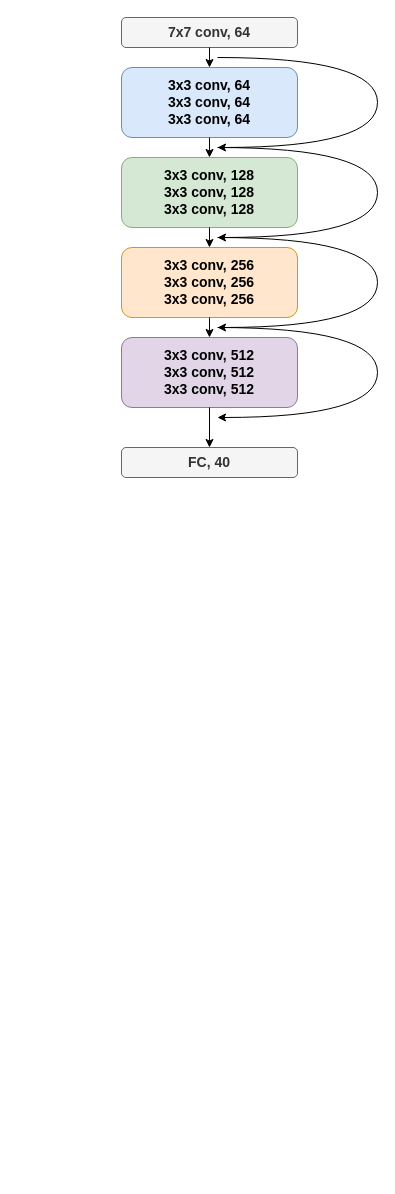
Before: documents/Untitled Diagram.drawio in LeanderHeuvel/mbag-REDI, a draw.io diagram. Source tidied: cells renumbered, new cells numbered last; positions are measured from the earlier drawing's top-left corner, leaving out a move shared by most shapes. Both pictures are drawn from the tidied source at 100%, with x=0, y=0 at pixel (121, 17).
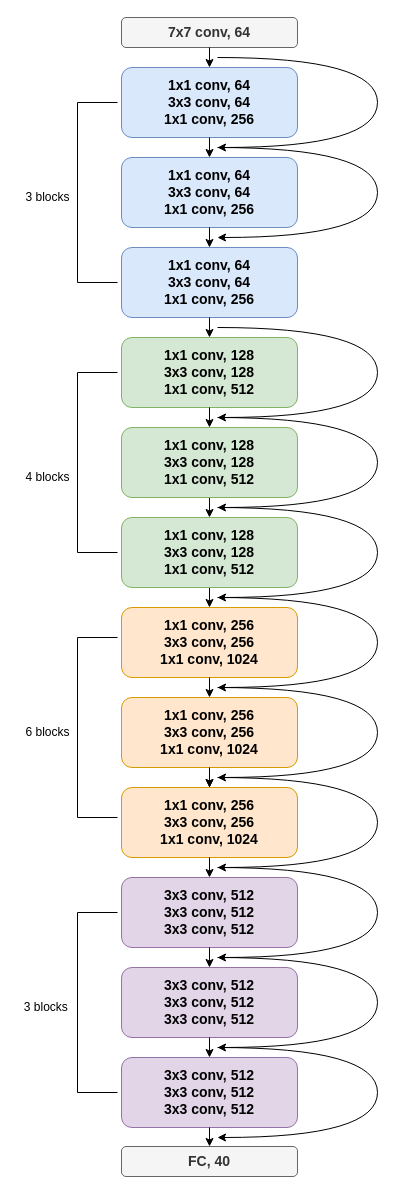
Above is the later version.

Change to the diagram source:
```diff
@@
-    <mxCell id="2" value="&lt;b style=&quot;font-size: 14px;&quot;&gt;3x3 conv, 128&lt;br&gt;&lt;/b&gt;&lt;b style=&quot;font-size: 14px;&quot;&gt;3x3 conv, 128&lt;br&gt;&lt;/b&gt;&lt;b style=&quot;font-size: 14px;&quot;&gt;3x3 conv, 128&lt;/b&gt;&lt;b style=&quot;font-size: 14px;&quot;&gt;&lt;br&gt;&lt;/b&gt;" style="whiteSpace=wrap;html=1;fillColor=#d5e8d4;strokeColor=#82b366;imageAspect=1;rounded=1;" parent="1" vertex="1">
-      <mxGeometry y="140" width="176" height="70" as="geometry" />
+    <mxCell id="2" value="&lt;b style=&quot;font-size: 14px;&quot;&gt;1x1 conv, 128&lt;br&gt;&lt;/b&gt;&lt;b style=&quot;font-size: 14px;&quot;&gt;3x3 conv, 128&lt;br&gt;&lt;/b&gt;&lt;b style=&quot;font-size: 14px;&quot;&gt;1x1 conv, 512&lt;/b&gt;&lt;b style=&quot;font-size: 14px;&quot;&gt;&lt;br&gt;&lt;/b&gt;" style="whiteSpace=wrap;html=1;fillColor=#d5e8d4;strokeColor=#82b366;imageAspect=1;rounded=1;" parent="1" vertex="1">
+      <mxGeometry y="320" width="176" height="70" as="geometry" />
     </mxCell>
-    <mxCell id="3" value="&lt;b style=&quot;font-size: 14px;&quot;&gt;3x3 conv, 256&lt;br&gt;&lt;/b&gt;&lt;b style=&quot;font-size: 14px;&quot;&gt;3x3 conv, 256&lt;br&gt;&lt;/b&gt;&lt;b style=&quot;font-size: 14px;&quot;&gt;3x3 conv, 256&lt;/b&gt;&lt;b style=&quot;font-size: 14px;&quot;&gt;&lt;br&gt;&lt;/b&gt;" style="whiteSpace=wrap;html=1;fillColor=#ffe6cc;strokeColor=#d79b00;imageAspect=1;rounded=1;" parent="1" vertex="1">
-      <mxGeometry y="230" width="176" height="70" as="geometry" />
+    <mxCell id="3" value="&lt;b style=&quot;font-size: 14px;&quot;&gt;1x1 conv, 256&lt;br&gt;&lt;/b&gt;&lt;b style=&quot;font-size: 14px;&quot;&gt;3x3 conv, 256&lt;br&gt;&lt;/b&gt;&lt;b style=&quot;font-size: 14px;&quot;&gt;1x1 conv, 1024&lt;/b&gt;&lt;b style=&quot;font-size: 14px;&quot;&gt;&lt;br&gt;&lt;/b&gt;" style="whiteSpace=wrap;html=1;fillColor=#ffe6cc;strokeColor=#d79b00;imageAspect=1;rounded=1;" parent="1" vertex="1">
+      <mxGeometry y="590" width="176" height="70" as="geometry" />
     </mxCell>
     <mxCell id="4" value="&lt;b style=&quot;font-size: 14px;&quot;&gt;3x3 conv, 512&lt;br&gt;&lt;/b&gt;&lt;b style=&quot;font-size: 14px;&quot;&gt;3x3 conv, 512&lt;br&gt;&lt;/b&gt;&lt;b style=&quot;font-size: 14px;&quot;&gt;3x3 conv, 512&lt;/b&gt;&lt;b style=&quot;font-size: 14px;&quot;&gt;&lt;br&gt;&lt;/b&gt;" style="whiteSpace=wrap;html=1;fillColor=#e1d5e7;strokeColor=#9673a6;imageAspect=1;rounded=1;" parent="1" vertex="1">
-      <mxGeometry y="320" width="176" height="70" as="geometry" />
+      <mxGeometry y="860" width="176" height="70" as="geometry" />
     </mxCell>
-    <mxCell id="5" value="&lt;font style=&quot;font-size: 14px;&quot;&gt;&lt;b&gt;3x3 conv, 64&lt;br&gt;&lt;/b&gt;&lt;b&gt;3x3 conv, 64&lt;br&gt;&lt;/b&gt;&lt;b&gt;3x3 conv, 64&lt;/b&gt;&lt;b&gt;&lt;br&gt;&lt;/b&gt;&lt;/font&gt;" style="whiteSpace=wrap;html=1;fillColor=#dae8fc;strokeColor=#6c8ebf;imageAspect=1;rounded=1;" parent="1" vertex="1">
+    <mxCell id="5" value="&lt;font style=&quot;font-size: 14px;&quot;&gt;&lt;b&gt;1x1 conv, 64&lt;br&gt;&lt;/b&gt;&lt;b&gt;3x3 conv, 64&lt;br&gt;&lt;/b&gt;&lt;b&gt;1x1 conv, 256&lt;/b&gt;&lt;b&gt;&lt;br&gt;&lt;/b&gt;&lt;/font&gt;" style="whiteSpace=wrap;html=1;fillColor=#dae8fc;strokeColor=#6c8ebf;imageAspect=1;rounded=1;" parent="1" vertex="1">
       <mxGeometry y="50" width="176" height="70" as="geometry" />
     </mxCell>
@@
-    <mxCell id="8" style="endArrow=classic;html=1;rounded=0;fontSize=14;entryX=0.5;entryY=0;entryDx=0;entryDy=0;" parent="1" edge="1" target="2">
-      <mxGeometry relative="1" as="geometry">
-        <mxPoint x="88" y="120" as="sourcePoint" />
-      </mxGeometry>
-    </mxCell>
-    <mxCell id="9" style="endArrow=classic;html=1;rounded=0;fontSize=14;exitX=0.5;exitY=1;exitDx=0;exitDy=0;entryX=0.5;entryY=0;entryDx=0;entryDy=0;" parent="1" edge="1" source="2" target="3">
-      <mxGeometry relative="1" as="geometry" />
+    <mxCell id="9" style="endArrow=classic;html=1;rounded=0;fontSize=14;exitX=0.5;exitY=1;exitDx=0;exitDy=0;" parent="1" edge="1" source="2">
+      <mxGeometry relative="1" as="geometry">
+        <mxPoint x="88" y="410" as="targetPoint" />
+      </mxGeometry>
     </mxCell>
-    <mxCell id="10" style="endArrow=classic;html=1;rounded=0;fontSize=14;entryX=0.5;entryY=0;entryDx=0;entryDy=0;" parent="1" edge="1" target="4">
-      <mxGeometry relative="1" as="geometry">
-        <mxPoint x="88" y="300" as="sourcePoint" />
-      </mxGeometry>
-    </mxCell>
-    <mxCell id="11" style="endArrow=classic;html=1;rounded=0;fontSize=14;" parent="1" edge="1" source="4">
-      <mxGeometry relative="1" as="geometry">
-        <mxPoint x="88" y="430" as="targetPoint" />
-      </mxGeometry>
-    </mxCell>
     <mxCell id="12" value="&lt;b&gt;&lt;font style=&quot;font-size: 14px;&quot;&gt;FC, 40&lt;/font&gt;&lt;/b&gt;" style="whiteSpace=wrap;html=1;fillColor=#f5f5f5;strokeColor=#666666;imageAspect=1;rounded=1;fontColor=#333333;" parent="1" vertex="1">
-      <mxGeometry y="430" width="176" height="30" as="geometry" />
+      <mxGeometry y="1129" width="176" height="30" as="geometry" />
     </mxCell>
     <mxCell id="13" style="curved=1;endArrow=classic;html=1;rounded=0;fontSize=14;" parent="1" edge="1">
       <mxGeometry relative="1" as="geometry">
-        <mxPoint x="96" y="310" as="sourcePoint" />
-        <mxPoint x="96" y="400" as="targetPoint" />
+        <mxPoint x="96" y="670" as="sourcePoint" />
+        <mxPoint x="96" y="760" as="targetPoint" />
         <Array as="points">
-          <mxPoint x="256" y="310" />
-          <mxPoint x="256" y="400" />
+          <mxPoint x="256" y="670" />
+          <mxPoint x="256" y="760" />
         </Array>
       </mxGeometry>
     </mxCell>
     <mxCell id="14" style="curved=1;endArrow=classic;html=1;rounded=0;fontSize=14;" parent="1" edge="1">
       <mxGeometry relative="1" as="geometry">
-        <mxPoint x="96" y="220" as="sourcePoint" />
-        <mxPoint x="96" y="310" as="targetPoint" />
+        <mxPoint x="96" y="580" as="sourcePoint" />
+        <mxPoint x="96" y="670" as="targetPoint" />
         <Array as="points">
-          <mxPoint x="256" y="220" />
-          <mxPoint x="256" y="310" />
+          <mxPoint x="256" y="580" />
+          <mxPoint x="256" y="670" />
         </Array>
       </mxGeometry>
     </mxCell>
@@
+    <mxCell id="17" style="endArrow=classic;html=1;rounded=0;fontSize=14;exitX=0.5;exitY=1;exitDx=0;exitDy=0;" parent="1" edge="1" source="5">
+      <mxGeometry relative="1" as="geometry">
+        <mxPoint x="88" y="140" as="targetPoint" />
+      </mxGeometry>
+    </mxCell>
+    <mxCell id="18" value="&lt;font style=&quot;font-size: 14px;&quot;&gt;&lt;b&gt;1x1 conv, 64&lt;br&gt;&lt;/b&gt;&lt;b&gt;3x3 conv, 64&lt;br&gt;&lt;/b&gt;&lt;b&gt;1x1 conv, 256&lt;/b&gt;&lt;b&gt;&lt;br&gt;&lt;/b&gt;&lt;/font&gt;" style="whiteSpace=wrap;html=1;fillColor=#dae8fc;strokeColor=#6c8ebf;imageAspect=1;rounded=1;" parent="1" vertex="1">
+      <mxGeometry y="140" width="176" height="70" as="geometry" />
+    </mxCell>
+    <mxCell id="19" value="&lt;font style=&quot;font-size: 14px;&quot;&gt;&lt;b&gt;1x1 conv, 64&lt;br&gt;&lt;/b&gt;&lt;b&gt;3x3 conv, 64&lt;br&gt;&lt;/b&gt;&lt;b&gt;1x1 conv, 256&lt;/b&gt;&lt;b&gt;&lt;br&gt;&lt;/b&gt;&lt;/font&gt;" style="whiteSpace=wrap;html=1;fillColor=#dae8fc;strokeColor=#6c8ebf;imageAspect=1;rounded=1;" parent="1" vertex="1">
+      <mxGeometry y="230" width="176" height="70" as="geometry" />
+    </mxCell>
+    <mxCell id="20" style="endArrow=classic;html=1;rounded=0;fontSize=14;entryX=0.5;entryY=0;entryDx=0;entryDy=0;" parent="1" edge="1" target="19">
+      <mxGeometry relative="1" as="geometry">
+        <mxPoint x="88" y="210" as="sourcePoint" />
+      </mxGeometry>
+    </mxCell>
+    <mxCell id="21" style="endArrow=classic;html=1;rounded=0;fontSize=14;exitX=0.5;exitY=1;exitDx=0;exitDy=0;" parent="1" edge="1" source="19">
+      <mxGeometry relative="1" as="geometry">
+        <mxPoint x="88" y="320" as="targetPoint" />
+      </mxGeometry>
+    </mxCell>
+    <mxCell id="22" style="curved=1;endArrow=classic;html=1;rounded=0;fontSize=14;" parent="1" edge="1">
+      <mxGeometry relative="1" as="geometry">
+        <mxPoint x="96" y="310" as="sourcePoint" />
+        <mxPoint x="96" y="400" as="targetPoint" />
+        <Array as="points">
+          <mxPoint x="256" y="310" />
+          <mxPoint x="256" y="400" />
+        </Array>
+      </mxGeometry>
+    </mxCell>
+    <mxCell id="23" style="endArrow=classic;html=1;rounded=0;fontSize=14;exitX=0.5;exitY=1;exitDx=0;exitDy=0;entryX=0.5;entryY=0;entryDx=0;entryDy=0;" parent="1" edge="1">
+      <mxGeometry relative="1" as="geometry">
+        <mxPoint x="88" y="480" as="sourcePoint" />
+        <mxPoint x="88" y="500" as="targetPoint" />
+      </mxGeometry>
+    </mxCell>
+    <mxCell id="24" style="curved=1;endArrow=classic;html=1;rounded=0;fontSize=14;" parent="1" edge="1">
+      <mxGeometry relative="1" as="geometry">
+        <mxPoint x="96" y="400" as="sourcePoint" />
+        <mxPoint x="96" y="490" as="targetPoint" />
+        <Array as="points">
+          <mxPoint x="256" y="400" />
+          <mxPoint x="256" y="490" />
+        </Array>
+      </mxGeometry>
+    </mxCell>
+    <mxCell id="25" style="curved=1;endArrow=classic;html=1;rounded=0;fontSize=14;" parent="1" edge="1">
+      <mxGeometry relative="1" as="geometry">
+        <mxPoint x="96" y="490" as="sourcePoint" />
+        <mxPoint x="96" y="580" as="targetPoint" />
+        <Array as="points">
+          <mxPoint x="256" y="490" />
+          <mxPoint x="256" y="580" />
+        </Array>
+      </mxGeometry>
+    </mxCell>
+    <mxCell id="26" style="endArrow=classic;html=1;rounded=0;fontSize=14;exitX=0.5;exitY=1;exitDx=0;exitDy=0;" parent="1" edge="1">
+      <mxGeometry relative="1" as="geometry">
+        <mxPoint x="88" y="570" as="sourcePoint" />
+        <mxPoint x="88" y="590" as="targetPoint" />
+      </mxGeometry>
+    </mxCell>
+    <mxCell id="27" value="&lt;b style=&quot;font-size: 14px;&quot;&gt;1x1 conv, 128&lt;br&gt;&lt;/b&gt;&lt;b style=&quot;font-size: 14px;&quot;&gt;3x3 conv, 128&lt;br&gt;&lt;/b&gt;&lt;b style=&quot;font-size: 14px;&quot;&gt;1x1 conv, 512&lt;/b&gt;&lt;b style=&quot;font-size: 14px;&quot;&gt;&lt;br&gt;&lt;/b&gt;" style="whiteSpace=wrap;html=1;fillColor=#d5e8d4;strokeColor=#82b366;imageAspect=1;rounded=1;" parent="1" vertex="1">
+      <mxGeometry y="410" width="176" height="70" as="geometry" />
+    </mxCell>
+    <mxCell id="28" value="&lt;b style=&quot;font-size: 14px;&quot;&gt;1x1 conv, 128&lt;br&gt;&lt;/b&gt;&lt;b style=&quot;font-size: 14px;&quot;&gt;3x3 conv, 128&lt;br&gt;&lt;/b&gt;&lt;b style=&quot;font-size: 14px;&quot;&gt;1x1 conv, 512&lt;/b&gt;&lt;b style=&quot;font-size: 14px;&quot;&gt;&lt;br&gt;&lt;/b&gt;" style="whiteSpace=wrap;html=1;fillColor=#d5e8d4;strokeColor=#82b366;imageAspect=1;rounded=1;" parent="1" vertex="1">
+      <mxGeometry y="500" width="176" height="70" as="geometry" />
+    </mxCell>
+    <mxCell id="29" style="edgeStyle=orthogonalEdgeStyle;rounded=0;jettySize=auto;html=1;" parent="1" edge="1" source="30" target="31">
+      <mxGeometry relative="1" as="geometry" />
+    </mxCell>
+    <mxCell id="30" value="&lt;b style=&quot;font-size: 14px;&quot;&gt;1x1 conv, 256&lt;br&gt;&lt;/b&gt;&lt;b style=&quot;font-size: 14px;&quot;&gt;3x3 conv, 256&lt;br&gt;&lt;/b&gt;&lt;b style=&quot;font-size: 14px;&quot;&gt;1x1 conv, 1024&lt;/b&gt;&lt;b style=&quot;font-size: 14px;&quot;&gt;&lt;br&gt;&lt;/b&gt;" style="whiteSpace=wrap;html=1;fillColor=#ffe6cc;strokeColor=#d79b00;imageAspect=1;rounded=1;" parent="1" vertex="1">
+      <mxGeometry y="680" width="176" height="70" as="geometry" />
+    </mxCell>
+    <mxCell id="31" value="&lt;b style=&quot;font-size: 14px;&quot;&gt;1x1 conv, 256&lt;br&gt;&lt;/b&gt;&lt;b style=&quot;font-size: 14px;&quot;&gt;3x3 conv, 256&lt;br&gt;&lt;/b&gt;&lt;b style=&quot;font-size: 14px;&quot;&gt;1x1 conv, 1024&lt;/b&gt;&lt;b style=&quot;font-size: 14px;&quot;&gt;&lt;br&gt;&lt;/b&gt;" style="whiteSpace=wrap;html=1;fillColor=#ffe6cc;strokeColor=#d79b00;imageAspect=1;rounded=1;" parent="1" vertex="1">
+      <mxGeometry y="770" width="176" height="70" as="geometry" />
+    </mxCell>
+    <mxCell id="32" style="curved=1;endArrow=classic;html=1;rounded=0;fontSize=14;" parent="1" edge="1">
+      <mxGeometry relative="1" as="geometry">
+        <mxPoint x="96" y="760" as="sourcePoint" />
+        <mxPoint x="96" y="850" as="targetPoint" />
+        <Array as="points">
+          <mxPoint x="256" y="760" />
+          <mxPoint x="256" y="850" />
+        </Array>
+      </mxGeometry>
+    </mxCell>
+    <mxCell id="33" style="endArrow=classic;html=1;rounded=0;fontSize=14;exitX=0.5;exitY=1;exitDx=0;exitDy=0;" parent="1" edge="1" source="3">
+      <mxGeometry relative="1" as="geometry">
+        <mxPoint x="88" y="680" as="targetPoint" />
+      </mxGeometry>
+    </mxCell>
+    <mxCell id="34" style="endArrow=classic;html=1;rounded=0;fontSize=14;entryX=0.5;entryY=0;entryDx=0;entryDy=0;" parent="1" edge="1" target="31">
+      <mxGeometry relative="1" as="geometry">
+        <mxPoint x="88" y="750" as="sourcePoint" />
+      </mxGeometry>
+    </mxCell>
+    <mxCell id="35" style="endArrow=classic;html=1;rounded=0;fontSize=14;exitX=0.5;exitY=1;exitDx=0;exitDy=0;" parent="1" edge="1" source="31">
+      <mxGeometry relative="1" as="geometry">
+        <mxPoint x="88" y="860" as="targetPoint" />
+      </mxGeometry>
+    </mxCell>
+    <mxCell id="36" value="&lt;b style=&quot;font-size: 14px;&quot;&gt;3x3 conv, 512&lt;br&gt;&lt;/b&gt;&lt;b style=&quot;font-size: 14px;&quot;&gt;3x3 conv, 512&lt;br&gt;&lt;/b&gt;&lt;b style=&quot;font-size: 14px;&quot;&gt;3x3 conv, 512&lt;/b&gt;&lt;b style=&quot;font-size: 14px;&quot;&gt;&lt;br&gt;&lt;/b&gt;" style="whiteSpace=wrap;html=1;fillColor=#e1d5e7;strokeColor=#9673a6;imageAspect=1;rounded=1;" parent="1" vertex="1">
+      <mxGeometry y="950" width="176" height="70" as="geometry" />
+    </mxCell>
+    <mxCell id="37" value="&lt;b style=&quot;font-size: 14px;&quot;&gt;3x3 conv, 512&lt;br&gt;&lt;/b&gt;&lt;b style=&quot;font-size: 14px;&quot;&gt;3x3 conv, 512&lt;br&gt;&lt;/b&gt;&lt;b style=&quot;font-size: 14px;&quot;&gt;3x3 conv, 512&lt;/b&gt;&lt;b style=&quot;font-size: 14px;&quot;&gt;&lt;br&gt;&lt;/b&gt;" style="whiteSpace=wrap;html=1;fillColor=#e1d5e7;strokeColor=#9673a6;imageAspect=1;rounded=1;" parent="1" vertex="1">
+      <mxGeometry y="1040" width="176" height="70" as="geometry" />
+    </mxCell>
+    <mxCell id="38" style="endArrow=classic;html=1;rounded=0;fontSize=14;exitX=0.5;exitY=1;exitDx=0;exitDy=0;" parent="1" edge="1" source="4" target="36">
+      <mxGeometry relative="1" as="geometry" />
+    </mxCell>
+    <mxCell id="39" style="endArrow=classic;html=1;rounded=0;fontSize=14;exitX=0.5;exitY=1;exitDx=0;exitDy=0;entryX=0.5;entryY=0;entryDx=0;entryDy=0;" parent="1" edge="1" source="36" target="37">
+      <mxGeometry relative="1" as="geometry" />
+    </mxCell>
+    <mxCell id="40" style="endArrow=classic;html=1;rounded=0;fontSize=14;entryX=0.5;entryY=0;entryDx=0;entryDy=0;" parent="1" edge="1" target="12">
+      <mxGeometry relative="1" as="geometry">
+        <mxPoint x="88" y="1110" as="sourcePoint" />
+      </mxGeometry>
+    </mxCell>
+    <mxCell id="41" style="curved=1;endArrow=classic;html=1;rounded=0;fontSize=14;" parent="1" edge="1">
+      <mxGeometry relative="1" as="geometry">
+        <mxPoint x="96" y="940" as="sourcePoint" />
+        <mxPoint x="96" y="1030" as="targetPoint" />
+        <Array as="points">
+          <mxPoint x="256" y="940" />
+          <mxPoint x="256" y="1030" />
+        </Array>
+      </mxGeometry>
+    </mxCell>
+    <mxCell id="42" style="curved=1;endArrow=classic;html=1;rounded=0;fontSize=14;" parent="1" edge="1">
+      <mxGeometry relative="1" as="geometry">
+        <mxPoint x="96" y="850" as="sourcePoint" />
+        <mxPoint x="96" y="940" as="targetPoint" />
+        <Array as="points">
+          <mxPoint x="256" y="850" />
+          <mxPoint x="256" y="940" />
+        </Array>
+      </mxGeometry>
+    </mxCell>
+    <mxCell id="43" style="curved=1;endArrow=classic;html=1;rounded=0;fontSize=14;" parent="1" edge="1">
+      <mxGeometry relative="1" as="geometry">
+        <mxPoint x="96" y="1030" as="sourcePoint" />
+        <mxPoint x="96" y="1120" as="targetPoint" />
+        <Array as="points">
+          <mxPoint x="256" y="1030" />
+          <mxPoint x="256" y="1120" />
+        </Array>
+      </mxGeometry>
+    </mxCell>
+    <mxCell id="44" style="endArrow=none;html=1;rounded=0;" parent="1" edge="1">
+      <mxGeometry relative="1" as="geometry">
+        <mxPoint x="-4" y="265" as="sourcePoint" />
+        <mxPoint x="-4" y="85" as="targetPoint" />
+        <Array as="points">
+          <mxPoint x="-44" y="265" />
+          <mxPoint x="-44" y="85" />
+        </Array>
+      </mxGeometry>
+    </mxCell>
+    <mxCell id="45" style="endArrow=none;html=1;rounded=0;" parent="1" edge="1">
+      <mxGeometry relative="1" as="geometry">
+        <mxPoint x="-4" y="535" as="sourcePoint" />
+        <mxPoint x="-4" y="355" as="targetPoint" />
+        <Array as="points">
+          <mxPoint x="-44" y="535" />
+          <mxPoint x="-44" y="355" />
+        </Array>
+      </mxGeometry>
+    </mxCell>
+    <mxCell id="46" style="endArrow=none;html=1;rounded=0;" parent="1" edge="1">
+      <mxGeometry relative="1" as="geometry">
+        <mxPoint x="-4" y="800" as="sourcePoint" />
+        <mxPoint x="-4" y="620" as="targetPoint" />
+        <Array as="points">
+          <mxPoint x="-44" y="800" />
+          <mxPoint x="-44" y="620" />
+        </Array>
+      </mxGeometry>
+    </mxCell>
+    <mxCell id="47" value="3 blocks" style="text;html=1;align=center;verticalAlign=middle;strokeColor=none;fillColor=none;" parent="1" vertex="1">
+      <mxGeometry x="-104" y="170" width="60" height="20" as="geometry" />
+    </mxCell>
+    <mxCell id="48" value="4 blocks" style="text;html=1;align=center;verticalAlign=middle;strokeColor=none;fillColor=none;" parent="1" vertex="1">
+      <mxGeometry x="-104" y="450" width="60" height="20" as="geometry" />
+    </mxCell>
+    <mxCell id="49" value="6 blocks" style="text;html=1;align=center;verticalAlign=middle;strokeColor=none;fillColor=none;" parent="1" vertex="1">
+      <mxGeometry x="-104" y="705" width="60" height="20" as="geometry" />
+    </mxCell>
+    <mxCell id="50" style="endArrow=none;html=1;rounded=0;" parent="1" edge="1">
+      <mxGeometry relative="1" as="geometry">
+        <mxPoint x="-4" y="1075" as="sourcePoint" />
+        <mxPoint x="-4" y="895" as="targetPoint" />
+        <Array as="points">
+          <mxPoint x="-44" y="1075" />
+          <mxPoint x="-44" y="895" />
+        </Array>
+      </mxGeometry>
+    </mxCell>
+    <mxCell id="51" value="3 blocks&amp;nbsp;" style="text;html=1;align=center;verticalAlign=middle;strokeColor=none;fillColor=none;" parent="1" vertex="1">
+      <mxGeometry x="-104" y="980" width="60" height="20" as="geometry" />
+    </mxCell>
```
